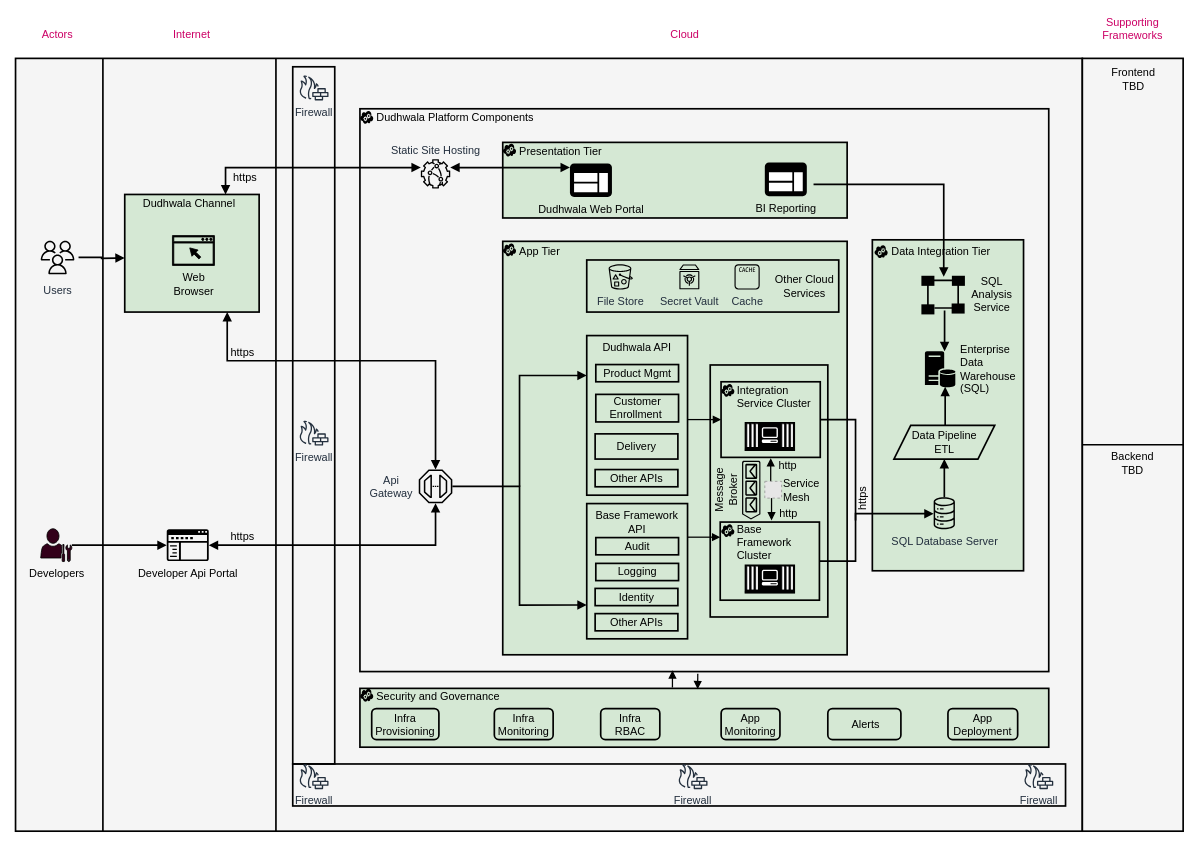
dudhwalas/dudhwala keeps this draw.io diagram as docs/diagram/logical_view.drawio. Above is the earlier version. Source tidied: cells renumbered, new cells numbered last; positions are measured from the earlier drawing's top-left corner, leaving out a move shared by most shapes. Both pictures are drawn from the tidied source at 84%, with x=0, y=0 at pixel (15, 16). Pictures stored in the file or linked from it are replaced by grey dashed boxes.
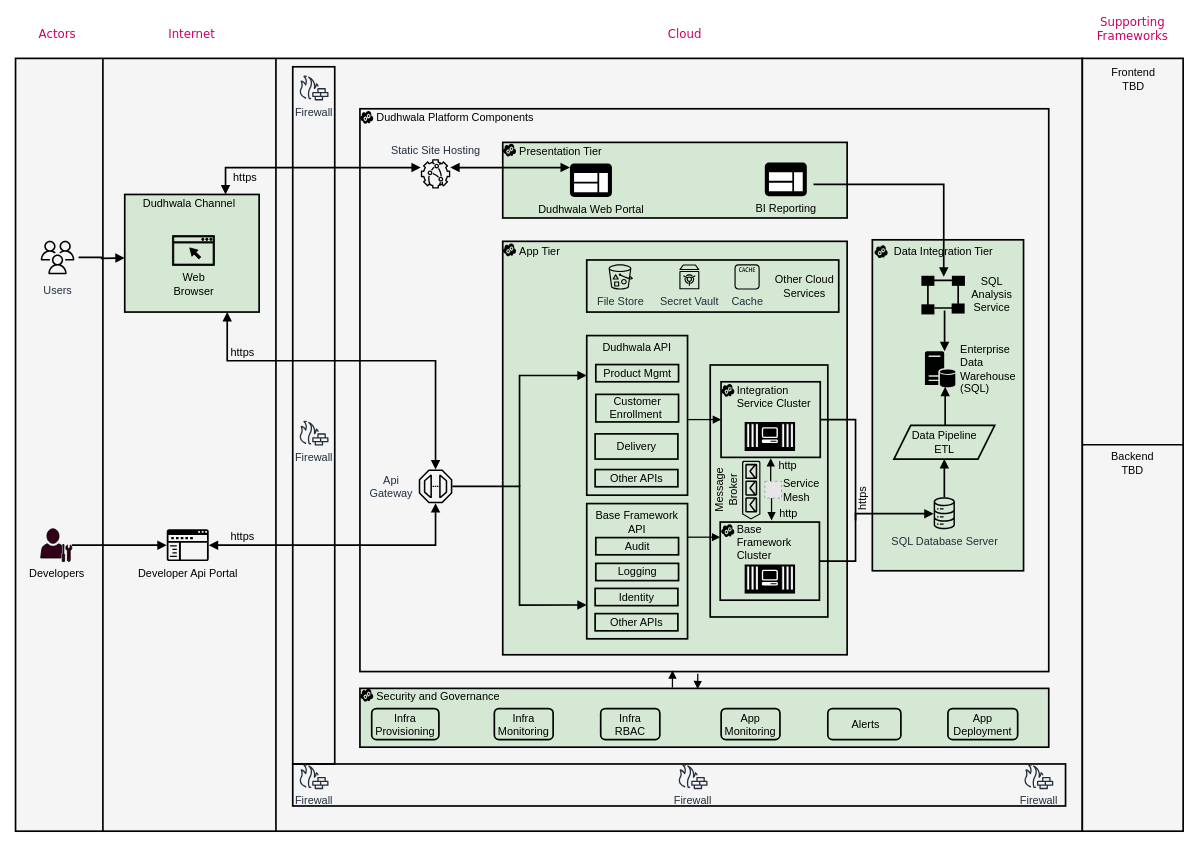
The same diagram, later.

Change to the diagram source:
```diff
@@
-    <mxCell id="10" value="Actors" style="text;strokeColor=none;fillColor=none;align=center;verticalAlign=middle;rounded=0;fontSize=13;fontStyle=0;fontFamily=Helvetica;labelBackgroundColor=none;fontColor=#CC0066;shadow=0;sketch=0;html=1;whiteSpace=wrap;labelBorderColor=none;strokeWidth=2;" parent="1" vertex="1">
+    <mxCell id="10" value="Actors" style="text;strokeColor=none;fillColor=none;align=center;verticalAlign=middle;rounded=0;fontSize=14;fontStyle=0;fontFamily=Verdana;labelBackgroundColor=none;fontColor=#CC0066;shadow=0;sketch=0;html=1;whiteSpace=wrap;labelBorderColor=none;strokeWidth=2;" parent="1" vertex="1">
       <mxGeometry x="20" y="6" width="60" height="30" as="geometry" />
     </mxCell>
@@
-    <mxCell id="14" value="Internet" style="text;strokeColor=none;fillColor=none;align=center;verticalAlign=middle;rounded=0;fontSize=13;fontFamily=Helvetica;labelBackgroundColor=none;fontColor=#CC0066;fontStyle=0;shadow=0;sketch=0;html=1;whiteSpace=wrap;labelBorderColor=none;" parent="1" vertex="1">
+    <mxCell id="14" value="Internet" style="text;strokeColor=none;fillColor=none;align=center;verticalAlign=middle;rounded=0;fontSize=14;fontFamily=Verdana;labelBackgroundColor=none;fontColor=#CC0066;fontStyle=0;shadow=0;sketch=0;html=1;whiteSpace=wrap;labelBorderColor=none;" parent="1" vertex="1">
       <mxGeometry x="180" y="6" width="60" height="30" as="geometry" />
     </mxCell>
-    <mxCell id="15" value="Cloud" style="text;strokeColor=none;fillColor=none;align=center;verticalAlign=middle;rounded=0;fontSize=13;fontFamily=Helvetica;labelBackgroundColor=none;fontColor=#CC0066;fontStyle=0;shadow=0;sketch=0;html=1;whiteSpace=wrap;labelBorderColor=none;spacing=2;" parent="1" vertex="1">
+    <mxCell id="15" value="Cloud" style="text;strokeColor=none;fillColor=none;align=center;verticalAlign=middle;rounded=0;fontSize=14;fontFamily=Verdana;labelBackgroundColor=none;fontColor=#CC0066;fontStyle=0;shadow=0;sketch=0;html=1;whiteSpace=wrap;labelBorderColor=none;spacing=2;" parent="1" vertex="1">
       <mxGeometry x="767" y="6" width="60" height="30" as="geometry" />
     </mxCell>
@@
     <mxCell id="68" value="Data Integration Tier" style="text;html=1;strokeColor=none;fillColor=none;align=left;verticalAlign=middle;whiteSpace=wrap;rounded=0;sketch=0;fillStyle=solid;fontSize=13;fontFamily=Helvetica;labelBackgroundColor=none;" parent="1" vertex="1">
-      <mxGeometry x="1040.7" y="269" width="146.3" height="20" as="geometry" />
+      <mxGeometry x="1043.7" y="269" width="146.3" height="20" as="geometry" />
     </mxCell>
@@
-    <mxCell id="108" value="Supporting Frameworks" style="text;strokeColor=none;fillColor=none;align=center;verticalAlign=middle;rounded=0;fontSize=13;fontFamily=Helvetica;labelBackgroundColor=none;fontColor=#CC0066;fontStyle=0;shadow=0;sketch=0;html=1;whiteSpace=wrap;labelBorderColor=none;" parent="1" vertex="1">
+    <mxCell id="108" value="Supporting Frameworks" style="text;strokeColor=none;fillColor=none;align=center;verticalAlign=middle;rounded=0;fontSize=14;fontFamily=Verdana;labelBackgroundColor=none;fontColor=#CC0066;fontStyle=0;shadow=0;sketch=0;html=1;whiteSpace=wrap;labelBorderColor=none;" parent="1" vertex="1">
       <mxGeometry x="1300" width="60" height="30" as="geometry" />
     </mxCell>
```
